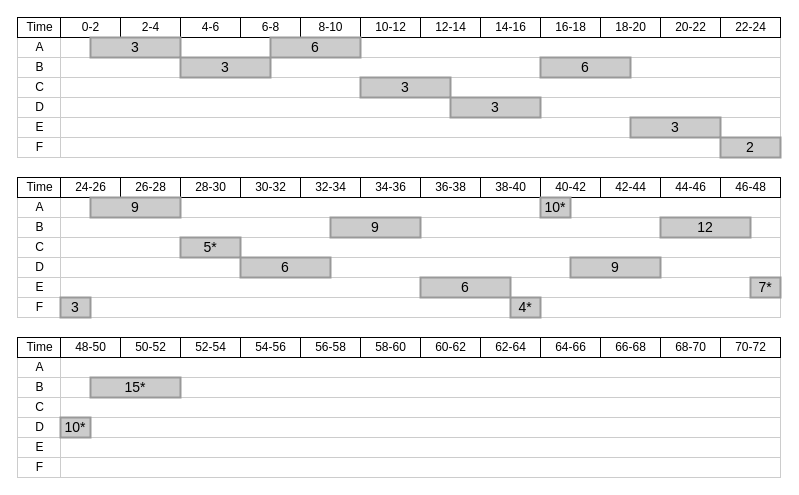
Above: 未命名绘图.drawio in ThisisXXZ/catcher-smoke-test (draw.io), before the change. Source tidied: cells renumbered, new cells numbered last; positions are measured from the earlier drawing's top-left corner, leaving out a move shared by most shapes. Both pictures are drawn from the tidied source at 100%, with x=0, y=0 at pixel (17, 17).
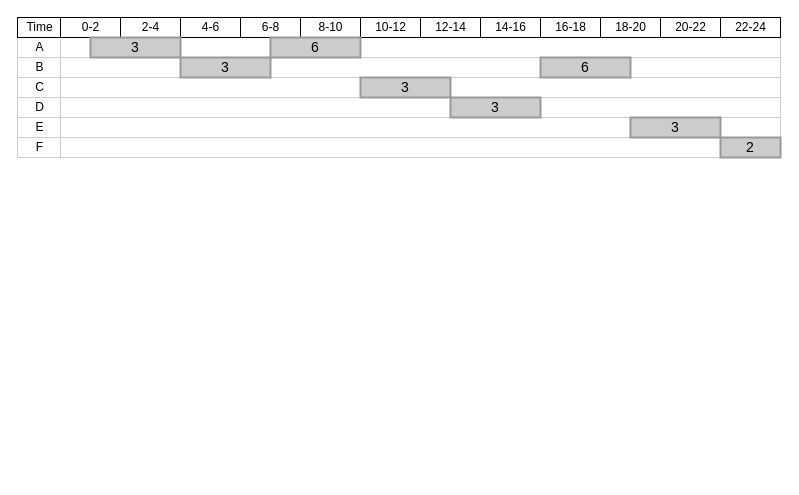
After the change.

Commit message:
更新未命名绘图.drawio

Change to the diagram source:
```diff
@@
-    <mxCell id="35" value="A" style="align=center;strokeColor=#CCCCCC;html=1;" parent="1" vertex="1">
-      <mxGeometry y="180" width="43" height="20" as="geometry" />
-    </mxCell>
-    <mxCell id="36" value="B" style="align=center;strokeColor=#CCCCCC;html=1;" parent="1" vertex="1">
-      <mxGeometry y="200" width="43" height="20" as="geometry" />
-    </mxCell>
-    <mxCell id="37" value="C" style="align=center;strokeColor=#CCCCCC;html=1;" parent="1" vertex="1">
-      <mxGeometry y="220" width="43" height="20" as="geometry" />
-    </mxCell>
-    <mxCell id="38" value="D" style="align=center;strokeColor=#CCCCCC;html=1;" parent="1" vertex="1">
-      <mxGeometry y="240" width="43" height="20" as="geometry" />
-    </mxCell>
-    <mxCell id="39" value="E" style="align=center;strokeColor=#CCCCCC;html=1;" parent="1" vertex="1">
-      <mxGeometry y="260" width="43" height="20" as="geometry" />
-    </mxCell>
-    <mxCell id="40" value="F" style="align=center;strokeColor=#CCCCCC;html=1;" parent="1" vertex="1">
-      <mxGeometry y="280" width="43" height="20" as="geometry" />
-    </mxCell>
-    <mxCell id="41" value="Time" style="strokeWidth=1;fontStyle=0;html=1;" parent="1" vertex="1">
-      <mxGeometry y="160" width="43" height="20" as="geometry" />
-    </mxCell>
-    <mxCell id="42" style="align=left;strokeColor=#CCCCCC;html=1;" parent="1" vertex="1">
-      <mxGeometry x="43" y="180" width="720" height="20" as="geometry" />
-    </mxCell>
-    <mxCell id="43" value="24-26" style="strokeWidth=1;fontStyle=0;html=1;" parent="1" vertex="1">
-      <mxGeometry x="43" y="160" width="60" height="20" as="geometry" />
-    </mxCell>
-    <mxCell id="44" value="26-28" style="strokeWidth=1;fontStyle=0;html=1;" parent="1" vertex="1">
-      <mxGeometry x="103" y="160" width="60" height="20" as="geometry" />
-    </mxCell>
-    <mxCell id="45" value="28-30" style="strokeWidth=1;fontStyle=0;html=1;" parent="1" vertex="1">
-      <mxGeometry x="163" y="160" width="60" height="20" as="geometry" />
-    </mxCell>
-    <mxCell id="46" value="30-32" style="strokeWidth=1;fontStyle=0;html=1;" parent="1" vertex="1">
-      <mxGeometry x="223" y="160" width="60" height="20" as="geometry" />
-    </mxCell>
-    <mxCell id="47" value="32-34" style="strokeWidth=1;fontStyle=0;html=1;" parent="1" vertex="1">
-      <mxGeometry x="283" y="160" width="60" height="20" as="geometry" />
-    </mxCell>
-    <mxCell id="48" value="34-36" style="strokeWidth=1;fontStyle=0;html=1;" parent="1" vertex="1">
-      <mxGeometry x="343" y="160" width="60" height="20" as="geometry" />
-    </mxCell>
-    <mxCell id="49" value="36-38" style="strokeWidth=1;fontStyle=0;html=1;" parent="1" vertex="1">
-      <mxGeometry x="403" y="160" width="60" height="20" as="geometry" />
-    </mxCell>
-    <mxCell id="50" value="38-40" style="strokeWidth=1;fontStyle=0;html=1;" parent="1" vertex="1">
-      <mxGeometry x="463" y="160" width="60" height="20" as="geometry" />
-    </mxCell>
-    <mxCell id="51" value="40-42" style="strokeWidth=1;fontStyle=0;html=1;" parent="1" vertex="1">
-      <mxGeometry x="523" y="160" width="60" height="20" as="geometry" />
-    </mxCell>
-    <mxCell id="52" value="42-44" style="strokeWidth=1;fontStyle=0;html=1;" parent="1" vertex="1">
-      <mxGeometry x="583" y="160" width="60" height="20" as="geometry" />
-    </mxCell>
-    <mxCell id="53" value="44-46" style="strokeWidth=1;fontStyle=0;html=1;" parent="1" vertex="1">
-      <mxGeometry x="643" y="160" width="60" height="20" as="geometry" />
-    </mxCell>
-    <mxCell id="54" value="46-48" style="strokeWidth=1;fontStyle=0;html=1;" parent="1" vertex="1">
-      <mxGeometry x="703" y="160" width="60" height="20" as="geometry" />
-    </mxCell>
-    <mxCell id="55" style="align=left;strokeColor=#CCCCCC;html=1;" parent="1" vertex="1">
-      <mxGeometry x="43" y="200" width="720" height="20" as="geometry" />
-    </mxCell>
-    <mxCell id="56" style="align=left;strokeColor=#CCCCCC;html=1;" parent="1" vertex="1">
-      <mxGeometry x="43" y="220" width="720" height="20" as="geometry" />
-    </mxCell>
-    <mxCell id="57" style="align=left;strokeColor=#CCCCCC;html=1;" parent="1" vertex="1">
-      <mxGeometry x="43" y="240" width="720" height="20" as="geometry" />
-    </mxCell>
-    <mxCell id="58" style="align=left;strokeColor=#CCCCCC;html=1;" parent="1" vertex="1">
-      <mxGeometry x="43" y="260" width="720" height="20" as="geometry" />
-    </mxCell>
-    <mxCell id="59" style="align=left;strokeColor=#CCCCCC;html=1;" parent="1" vertex="1">
-      <mxGeometry x="43" y="280" width="720" height="20" as="geometry" />
-    </mxCell>
-    <mxCell id="60" value="9" style="whiteSpace=wrap;html=1;strokeWidth=2;fillColor=#CCCCCC;gradientColor=none;fontSize=14;align=center;strokeColor=#999999;" parent="1" vertex="1">
-      <mxGeometry x="73" y="180" width="90" height="20" as="geometry" />
-    </mxCell>
-    <mxCell id="61" value="9" style="whiteSpace=wrap;html=1;strokeWidth=2;fillColor=#CCCCCC;gradientColor=none;fontSize=14;align=center;strokeColor=#999999;" parent="1" vertex="1">
-      <mxGeometry x="313" y="200" width="90" height="20" as="geometry" />
-    </mxCell>
-    <mxCell id="62" value="5*" style="whiteSpace=wrap;html=1;strokeWidth=2;fillColor=#CCCCCC;gradientColor=none;fontSize=14;align=center;strokeColor=#999999;" parent="1" vertex="1">
-      <mxGeometry x="163" y="220" width="60" height="20" as="geometry" />
-    </mxCell>
-    <mxCell id="63" value="6" style="whiteSpace=wrap;html=1;strokeWidth=2;fillColor=#CCCCCC;gradientColor=none;fontSize=14;align=center;strokeColor=#999999;" parent="1" vertex="1">
-      <mxGeometry x="223" y="240" width="90" height="20" as="geometry" />
-    </mxCell>
-    <mxCell id="64" value="4*" style="whiteSpace=wrap;html=1;strokeWidth=2;fillColor=#CCCCCC;gradientColor=none;fontSize=14;align=center;strokeColor=#999999;" parent="1" vertex="1">
-      <mxGeometry x="493" y="280" width="30" height="20" as="geometry" />
-    </mxCell>
-    <mxCell id="65" value="3" style="whiteSpace=wrap;html=1;strokeWidth=2;fillColor=#CCCCCC;gradientColor=none;fontSize=14;align=center;strokeColor=#999999;" parent="1" vertex="1">
-      <mxGeometry x="43" y="280" width="30" height="20" as="geometry" />
-    </mxCell>
-    <mxCell id="66" value="6" style="whiteSpace=wrap;html=1;strokeWidth=2;fillColor=#CCCCCC;gradientColor=none;fontSize=14;align=center;strokeColor=#999999;" parent="1" vertex="1">
-      <mxGeometry x="403" y="260" width="90" height="20" as="geometry" />
-    </mxCell>
-    <mxCell id="67" value="10*" style="whiteSpace=wrap;html=1;strokeWidth=2;fillColor=#CCCCCC;gradientColor=none;fontSize=14;align=center;strokeColor=#999999;" parent="1" vertex="1">
-      <mxGeometry x="523" y="180" width="30" height="20" as="geometry" />
-    </mxCell>
-    <mxCell id="68" value="9" style="whiteSpace=wrap;html=1;strokeWidth=2;fillColor=#CCCCCC;gradientColor=none;fontSize=14;align=center;strokeColor=#999999;" parent="1" vertex="1">
-      <mxGeometry x="553" y="240" width="90" height="20" as="geometry" />
-    </mxCell>
-    <mxCell id="69" value="12" style="whiteSpace=wrap;html=1;strokeWidth=2;fillColor=#CCCCCC;gradientColor=none;fontSize=14;align=center;strokeColor=#999999;" parent="1" vertex="1">
-      <mxGeometry x="643" y="200" width="90" height="20" as="geometry" />
-    </mxCell>
-    <mxCell id="70" value="A" style="align=center;strokeColor=#CCCCCC;html=1;" parent="1" vertex="1">
-      <mxGeometry y="340" width="43" height="20" as="geometry" />
-    </mxCell>
-    <mxCell id="71" value="B" style="align=center;strokeColor=#CCCCCC;html=1;" parent="1" vertex="1">
-      <mxGeometry y="360" width="43" height="20" as="geometry" />
-    </mxCell>
-    <mxCell id="72" value="C" style="align=center;strokeColor=#CCCCCC;html=1;" parent="1" vertex="1">
-      <mxGeometry y="380" width="43" height="20" as="geometry" />
-    </mxCell>
-    <mxCell id="73" value="D" style="align=center;strokeColor=#CCCCCC;html=1;" parent="1" vertex="1">
-      <mxGeometry y="400" width="43" height="20" as="geometry" />
-    </mxCell>
-    <mxCell id="74" value="E" style="align=center;strokeColor=#CCCCCC;html=1;" parent="1" vertex="1">
-      <mxGeometry y="420" width="43" height="20" as="geometry" />
-    </mxCell>
-    <mxCell id="75" value="F" style="align=center;strokeColor=#CCCCCC;html=1;" parent="1" vertex="1">
-      <mxGeometry y="440" width="43" height="20" as="geometry" />
-    </mxCell>
-    <mxCell id="76" value="Time" style="strokeWidth=1;fontStyle=0;html=1;" parent="1" vertex="1">
-      <mxGeometry y="320" width="43" height="20" as="geometry" />
-    </mxCell>
-    <mxCell id="77" style="align=left;strokeColor=#CCCCCC;html=1;" parent="1" vertex="1">
-      <mxGeometry x="43" y="340" width="720" height="20" as="geometry" />
-    </mxCell>
-    <mxCell id="78" value="48-50" style="strokeWidth=1;fontStyle=0;html=1;" parent="1" vertex="1">
-      <mxGeometry x="43" y="320" width="60" height="20" as="geometry" />
-    </mxCell>
-    <mxCell id="79" value="50-52" style="strokeWidth=1;fontStyle=0;html=1;" parent="1" vertex="1">
-      <mxGeometry x="103" y="320" width="60" height="20" as="geometry" />
-    </mxCell>
-    <mxCell id="80" value="52-54" style="strokeWidth=1;fontStyle=0;html=1;" parent="1" vertex="1">
-      <mxGeometry x="163" y="320" width="60" height="20" as="geometry" />
-    </mxCell>
-    <mxCell id="81" value="54-56" style="strokeWidth=1;fontStyle=0;html=1;" parent="1" vertex="1">
-      <mxGeometry x="223" y="320" width="60" height="20" as="geometry" />
-    </mxCell>
-    <mxCell id="82" value="56-58" style="strokeWidth=1;fontStyle=0;html=1;" parent="1" vertex="1">
-      <mxGeometry x="283" y="320" width="60" height="20" as="geometry" />
-    </mxCell>
-    <mxCell id="83" value="58-60" style="strokeWidth=1;fontStyle=0;html=1;" parent="1" vertex="1">
-      <mxGeometry x="343" y="320" width="60" height="20" as="geometry" />
-    </mxCell>
-    <mxCell id="84" value="60-62" style="strokeWidth=1;fontStyle=0;html=1;" parent="1" vertex="1">
-      <mxGeometry x="403" y="320" width="60" height="20" as="geometry" />
-    </mxCell>
-    <mxCell id="85" value="62-64" style="strokeWidth=1;fontStyle=0;html=1;" parent="1" vertex="1">
-      <mxGeometry x="463" y="320" width="60" height="20" as="geometry" />
-    </mxCell>
-    <mxCell id="86" value="64-66" style="strokeWidth=1;fontStyle=0;html=1;" parent="1" vertex="1">
-      <mxGeometry x="523" y="320" width="60" height="20" as="geometry" />
-    </mxCell>
-    <mxCell id="87" value="66-68" style="strokeWidth=1;fontStyle=0;html=1;" parent="1" vertex="1">
-      <mxGeometry x="583" y="320" width="60" height="20" as="geometry" />
-    </mxCell>
-    <mxCell id="88" value="68-70" style="strokeWidth=1;fontStyle=0;html=1;" parent="1" vertex="1">
-      <mxGeometry x="643" y="320" width="60" height="20" as="geometry" />
-    </mxCell>
-    <mxCell id="89" value="70-72" style="strokeWidth=1;fontStyle=0;html=1;" parent="1" vertex="1">
-      <mxGeometry x="703" y="320" width="60" height="20" as="geometry" />
-    </mxCell>
-    <mxCell id="90" style="align=left;strokeColor=#CCCCCC;html=1;" parent="1" vertex="1">
-      <mxGeometry x="43" y="360" width="720" height="20" as="geometry" />
-    </mxCell>
-    <mxCell id="91" style="align=left;strokeColor=#CCCCCC;html=1;" parent="1" vertex="1">
-      <mxGeometry x="43" y="380" width="720" height="20" as="geometry" />
-    </mxCell>
-    <mxCell id="92" style="align=left;strokeColor=#CCCCCC;html=1;" parent="1" vertex="1">
-      <mxGeometry x="43" y="400" width="720" height="20" as="geometry" />
-    </mxCell>
-    <mxCell id="93" style="align=left;strokeColor=#CCCCCC;html=1;" parent="1" vertex="1">
-      <mxGeometry x="43" y="420" width="720" height="20" as="geometry" />
-    </mxCell>
-    <mxCell id="94" style="align=left;strokeColor=#CCCCCC;html=1;" parent="1" vertex="1">
-      <mxGeometry x="43" y="440" width="720" height="20" as="geometry" />
-    </mxCell>
-    <mxCell id="95" value="7*" style="whiteSpace=wrap;html=1;strokeWidth=2;fillColor=#CCCCCC;gradientColor=none;fontSize=14;align=center;strokeColor=#999999;" parent="1" vertex="1">
-      <mxGeometry x="733" y="260" width="30" height="20" as="geometry" />
-    </mxCell>
-    <mxCell id="96" value="10*" style="whiteSpace=wrap;html=1;strokeWidth=2;fillColor=#CCCCCC;gradientColor=none;fontSize=14;align=center;strokeColor=#999999;" parent="1" vertex="1">
-      <mxGeometry x="43" y="400" width="30" height="20" as="geometry" />
-    </mxCell>
-    <mxCell id="97" value="15*" style="whiteSpace=wrap;html=1;strokeWidth=2;fillColor=#CCCCCC;gradientColor=none;fontSize=14;align=center;strokeColor=#999999;" parent="1" vertex="1">
-      <mxGeometry x="73" y="360" width="90" height="20" as="geometry" />
-    </mxCell>
```
